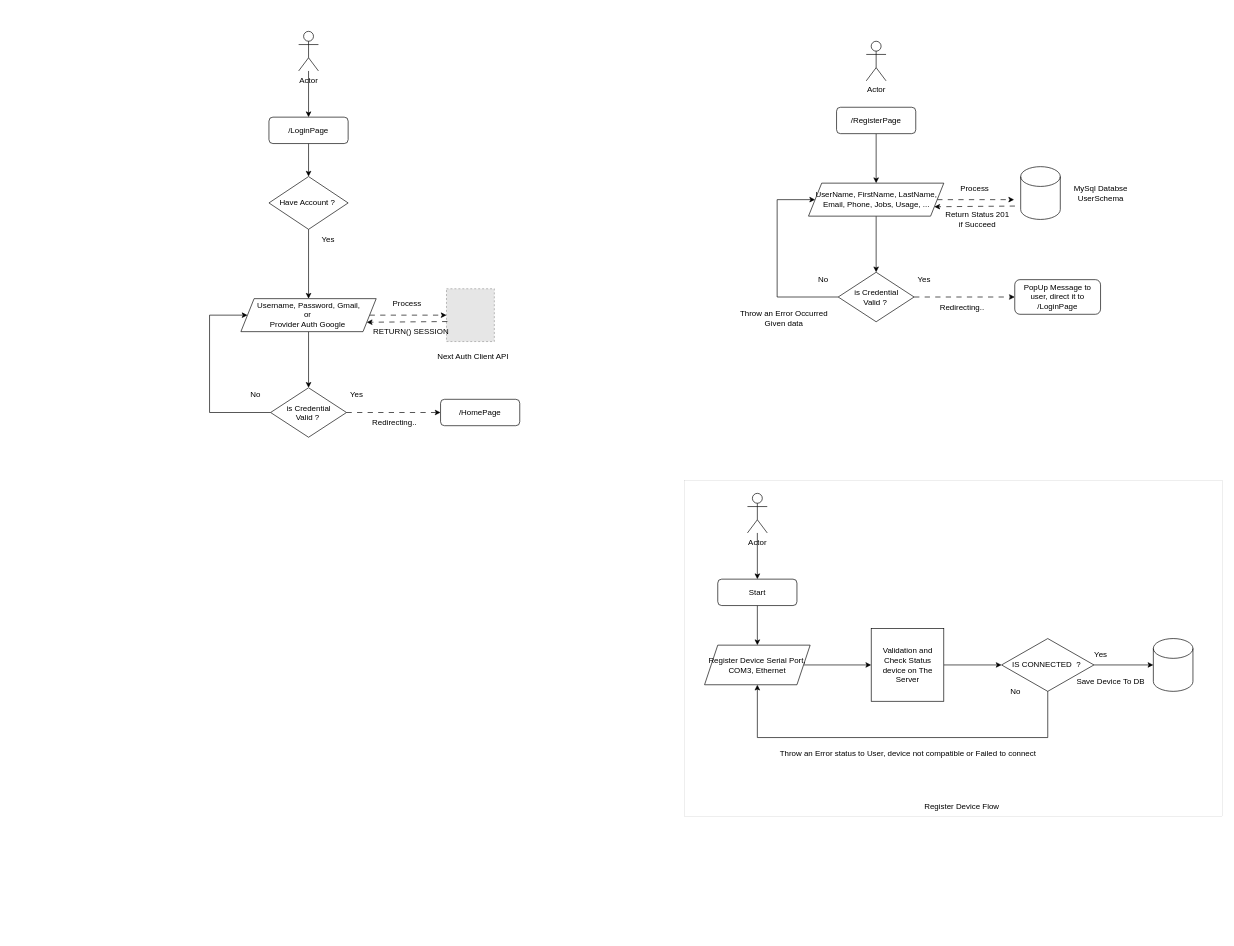
Earlier version of the draw.io diagram PKM-KC.drawio (azzaky9/PKM-SOFTWARE-KC-24). Source tidied: cells renumbered, new cells numbered last; positions are measured from the earlier drawing's top-left corner, leaving out a move shared by most shapes. Both pictures are drawn from the tidied source at 66%, with x=0, y=0 at pixel (151, 11). Pictures stored in the file or linked from it are replaced by grey dashed boxes.
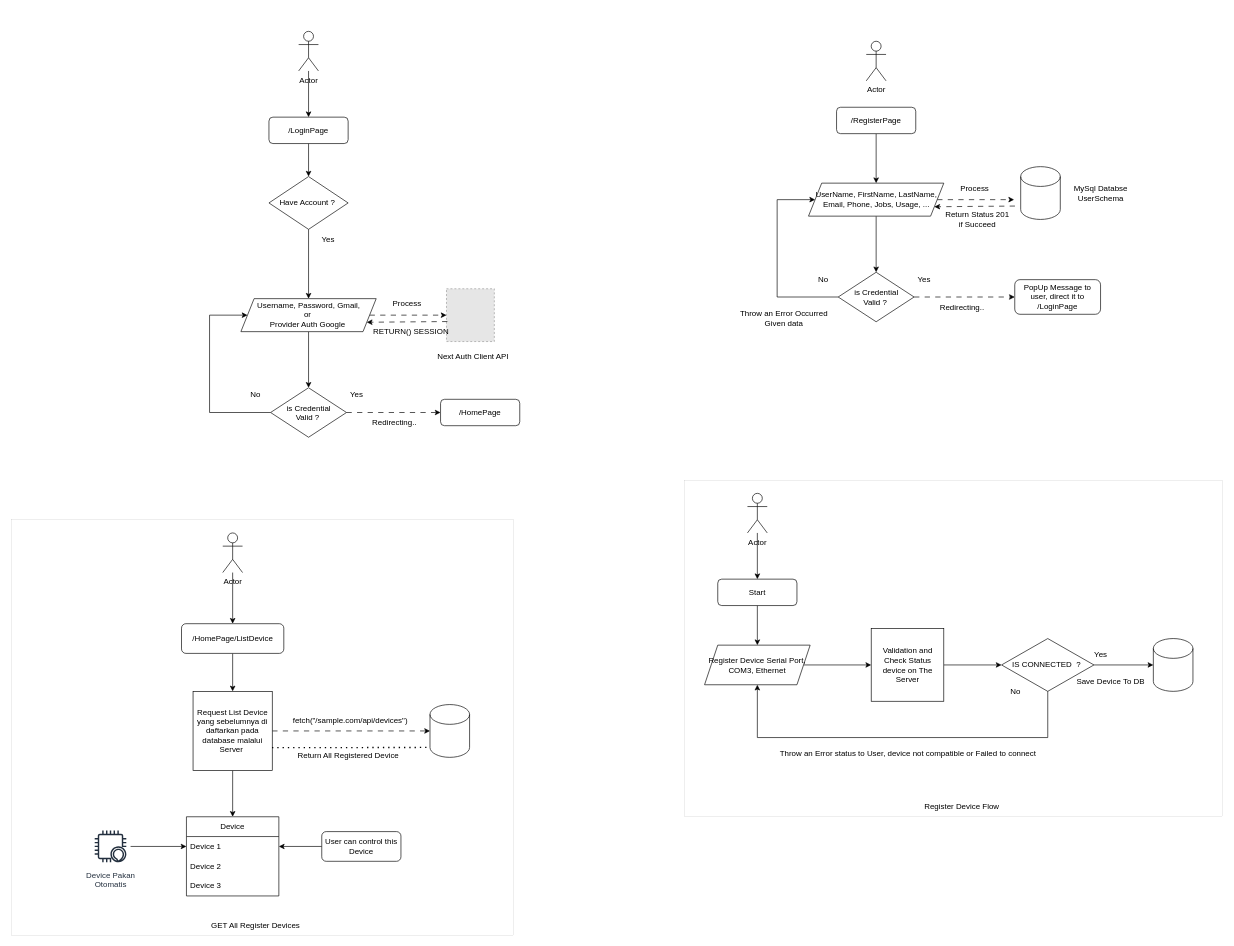
Above is the later version.

What changed in the source:
```diff
@@
+    <mxCell id="63" style="rounded=0;whiteSpace=wrap;html=1;strokeWidth=0;" parent="1" vertex="1">
+      <mxGeometry x="-212" y="770" width="760" height="630" as="geometry" />
+    </mxCell>
@@
+    <mxCell id="64" style="edgeStyle=orthogonalEdgeStyle;rounded=0;jettySize=auto;html=1;entryX=0.5;entryY=0;entryDx=0;entryDy=0;" parent="1" edge="1" source="65" target="67">
+      <mxGeometry relative="1" as="geometry" />
+    </mxCell>
+    <mxCell id="65" value="Actor" style="shape=umlActor;verticalLabelPosition=bottom;verticalAlign=top;html=1;outlineConnect=0;" parent="1" vertex="1">
+      <mxGeometry x="108" y="790" width="30" height="60" as="geometry" />
+    </mxCell>
+    <mxCell id="66" style="edgeStyle=orthogonalEdgeStyle;rounded=0;jettySize=auto;html=1;entryX=0.5;entryY=0;entryDx=0;entryDy=0;" parent="1" edge="1" source="67" target="71">
+      <mxGeometry relative="1" as="geometry" />
+    </mxCell>
+    <mxCell id="67" value="/HomePage/ListDevice" style="rounded=1;whiteSpace=wrap;html=1;" parent="1" vertex="1">
+      <mxGeometry x="45.5" y="927.5" width="155" height="45" as="geometry" />
+    </mxCell>
+    <mxCell id="68" style="shape=cylinder3;whiteSpace=wrap;html=1;boundedLbl=1;backgroundOutline=1;size=15;" parent="1" vertex="1">
+      <mxGeometry x="422" y="1050" width="60" height="80" as="geometry" />
+    </mxCell>
+    <mxCell id="69" style="edgeStyle=orthogonalEdgeStyle;rounded=0;jettySize=auto;html=1;dashed=1;dashPattern=8 8;" parent="1" edge="1" source="71" target="68">
+      <mxGeometry relative="1" as="geometry" />
+    </mxCell>
+    <mxCell id="70" style="edgeStyle=orthogonalEdgeStyle;rounded=0;jettySize=auto;html=1;" parent="1" edge="1" source="71" target="73">
+      <mxGeometry relative="1" as="geometry" />
+    </mxCell>
+    <mxCell id="71" value="Request List Device yang sebelumnya di daftarkan pada database malalui Server&amp;nbsp;" style="whiteSpace=wrap;html=1;" parent="1" vertex="1">
+      <mxGeometry x="63" y="1030" width="120" height="120" as="geometry" />
+    </mxCell>
+    <mxCell id="72" value="fetch(&quot;/sample.com/api/devices&quot;)" style="text;html=1;align=center;verticalAlign=middle;strokeColor=none;fillColor=none;" parent="1" vertex="1">
+      <mxGeometry x="200.5" y="1060" width="200" height="30" as="geometry" />
+    </mxCell>
+    <mxCell id="73" value="Device" style="swimlane;fontStyle=0;horizontal=1;startSize=30;whiteSpace=wrap;html=1;" parent="1" vertex="1">
+      <mxGeometry x="53" y="1220" width="140" height="120" as="geometry" />
+    </mxCell>
+    <mxCell id="74" value="Device 1&amp;nbsp;" style="text;strokeColor=none;fillColor=none;align=left;verticalAlign=middle;spacingLeft=4;spacingRight=4;overflow=hidden;points=[[0,0.5],[1,0.5]];portConstraint=eastwest;whiteSpace=wrap;html=1;" parent="73" vertex="1">
+      <mxGeometry y="30" width="140" height="30" as="geometry" />
+    </mxCell>
+    <mxCell id="75" value="Device 2" style="text;strokeColor=none;fillColor=none;align=left;verticalAlign=middle;spacingLeft=4;spacingRight=4;overflow=hidden;whiteSpace=wrap;html=1;" parent="73" vertex="1">
+      <mxGeometry y="60" width="140" height="30" as="geometry" />
+    </mxCell>
+    <mxCell id="76" value="Device 3" style="text;strokeColor=none;fillColor=none;align=left;verticalAlign=middle;spacingLeft=4;spacingRight=4;overflow=hidden;whiteSpace=wrap;html=1;" parent="73" vertex="1">
+      <mxGeometry y="90" width="140" height="30" as="geometry" />
+    </mxCell>
+    <mxCell id="77" style="edgeStyle=orthogonalEdgeStyle;rounded=0;jettySize=auto;html=1;entryX=1;entryY=0.5;entryDx=0;entryDy=0;" parent="1" edge="1" source="78" target="74">
+      <mxGeometry relative="1" as="geometry" />
+    </mxCell>
+    <mxCell id="78" value="User can control this Device" style="rounded=1;whiteSpace=wrap;html=1;" parent="1" vertex="1">
+      <mxGeometry x="258" y="1242.5" width="120" height="45" as="geometry" />
+    </mxCell>
+    <mxCell id="79" style="edgeStyle=orthogonalEdgeStyle;rounded=0;jettySize=auto;html=1;entryX=0;entryY=0.5;entryDx=0;entryDy=0;" parent="1" edge="1" source="80" target="74">
+      <mxGeometry relative="1" as="geometry" />
+    </mxCell>
+    <mxCell id="80" value="Device Pakan &lt;br&gt;Otomatis" style="sketch=0;outlineConnect=0;fontColor=#232F3E;gradientColor=none;strokeColor=#232F3E;fillColor=#ffffff;dashed=0;verticalLabelPosition=bottom;verticalAlign=top;align=center;html=1;fontSize=12;fontStyle=0;shape=mxgraph.aws4.resourceIcon;resIcon=mxgraph.aws4.alexa_enabled_device;" parent="1" vertex="1">
+      <mxGeometry x="-92" y="1235" width="60" height="60" as="geometry" />
+    </mxCell>
+    <mxCell id="81" style="endArrow=none;dashed=1;html=1;dashPattern=1 3;strokeWidth=2;rounded=0;entryX=0;entryY=1;entryDx=0;entryDy=-15;entryPerimeter=0;exitX=0.997;exitY=0.711;exitDx=0;exitDy=0;exitPerimeter=0;" parent="1" edge="1" source="71" target="68">
+      <mxGeometry relative="1" as="geometry" />
+    </mxCell>
+    <mxCell id="82" value="Return All Registered Device" style="text;html=1;align=center;verticalAlign=middle;strokeColor=none;fillColor=none;" parent="1" vertex="1">
+      <mxGeometry x="207.5" y="1112" width="180" height="30" as="geometry" />
+    </mxCell>
+    <mxCell id="83" value="GET All Register Devices" style="text;html=1;strokeColor=none;fillColor=none;align=center;verticalAlign=middle;whiteSpace=wrap;rounded=0;" parent="1" vertex="1">
+      <mxGeometry x="73" y="1370" width="170" height="30" as="geometry" />
+    </mxCell>
```
